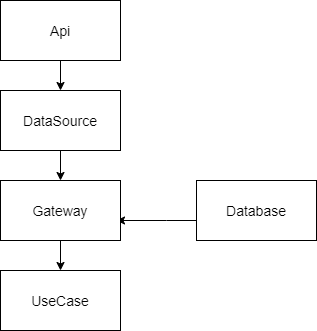
Before: MiKTeX/figures/data_diagram.png, a diagram exported from draw.io (Areyana-Archive/diplom). Source tidied: cells renumbered, new cells last; positions are measured from the earlier drawing's top-left corner, leaving out a move shared by most shapes. Source of this version:
```xml
<mxGraphModel>
  <root>
    <mxCell id="0" />
    <mxCell id="1" parent="0" />
    <mxCell id="2" style="edgeStyle=orthogonalEdgeStyle;rounded=0;jettySize=auto;html=1;" parent="1" edge="1" source="3" target="7">
      <mxGeometry relative="1" as="geometry" />
    </mxCell>
    <mxCell id="3" value="&lt;font style=&quot;font-size: 14px&quot;&gt;Api&lt;/font&gt;" style="rounded=0;whiteSpace=wrap;html=1;" parent="1" vertex="1">
      <mxGeometry width="120" height="60" as="geometry" />
    </mxCell>
    <mxCell id="4" style="edgeStyle=orthogonalEdgeStyle;rounded=0;jettySize=auto;html=1;" parent="1" edge="1" source="5">
      <mxGeometry relative="1" as="geometry">
        <mxPoint x="116" y="220" as="targetPoint" />
        <Array as="points">
          <mxPoint x="166" y="220" />
        </Array>
      </mxGeometry>
    </mxCell>
    <mxCell id="5" value="&lt;font style=&quot;font-size: 14px&quot;&gt;Database&lt;/font&gt;" style="rounded=0;whiteSpace=wrap;html=1;" parent="1" vertex="1">
      <mxGeometry x="196" y="180" width="120" height="60" as="geometry" />
    </mxCell>
    <mxCell id="6" style="edgeStyle=orthogonalEdgeStyle;rounded=0;jettySize=auto;html=1;entryX=0.5;entryY=0;entryDx=0;entryDy=0;" parent="1" edge="1" source="7" target="9">
      <mxGeometry relative="1" as="geometry" />
    </mxCell>
    <mxCell id="7" value="&lt;font style=&quot;font-size: 14px&quot;&gt;DataSource&lt;/font&gt;" style="rounded=0;whiteSpace=wrap;html=1;" parent="1" vertex="1">
      <mxGeometry y="90" width="120" height="60" as="geometry" />
    </mxCell>
    <mxCell id="8" style="edgeStyle=orthogonalEdgeStyle;rounded=0;jettySize=auto;html=1;entryX=0.5;entryY=0;entryDx=0;entryDy=0;" parent="1" edge="1" source="9" target="10">
      <mxGeometry relative="1" as="geometry" />
    </mxCell>
    <mxCell id="9" value="&lt;font style=&quot;font-size: 14px&quot;&gt;Gateway&lt;/font&gt;" style="rounded=0;whiteSpace=wrap;html=1;" parent="1" vertex="1">
      <mxGeometry y="180" width="120" height="60" as="geometry" />
    </mxCell>
    <mxCell id="10" value="&lt;font style=&quot;font-size: 14px&quot;&gt;UseCase&lt;/font&gt;" style="rounded=0;whiteSpace=wrap;html=1;" parent="1" vertex="1">
      <mxGeometry y="270" width="120" height="60" as="geometry" />
    </mxCell>
  </root>
</mxGraphModel>
```
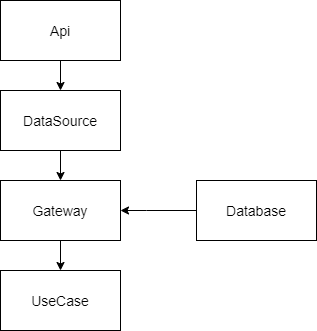
After the commit.

Diff of the diagram source:
```diff
@@ -8,11 +8,11 @@
     <mxCell id="3" value="&lt;font style=&quot;font-size: 14px&quot;&gt;Api&lt;/font&gt;" style="rounded=0;whiteSpace=wrap;html=1;" parent="1" vertex="1">
       <mxGeometry width="120" height="60" as="geometry" />
     </mxCell>
-    <mxCell id="4" style="edgeStyle=orthogonalEdgeStyle;rounded=0;jettySize=auto;html=1;" parent="1" edge="1" source="5">
+    <mxCell id="4" style="edgeStyle=orthogonalEdgeStyle;rounded=0;jettySize=auto;html=1;exitX=0;exitY=0.5;exitDx=0;exitDy=0;entryX=1;entryY=0.5;entryDx=0;entryDy=0;" parent="1" edge="1" source="5" target="9">
       <mxGeometry relative="1" as="geometry">
-        <mxPoint x="116" y="220" as="targetPoint" />
         <Array as="points">
-          <mxPoint x="166" y="220" />
+          <mxPoint x="146" y="210" />
+          <mxPoint x="146" y="210" />
         </Array>
       </mxGeometry>
     </mxCell>
```
